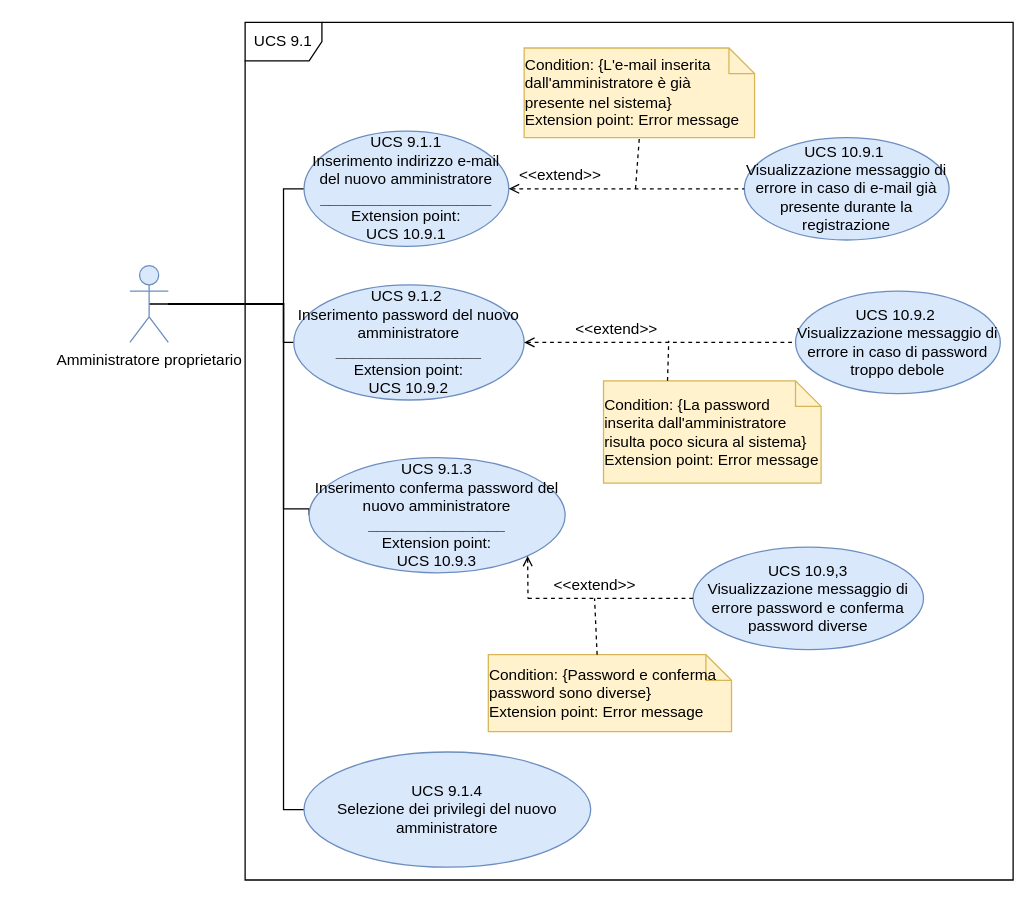
The draw.io diagram page "Page-2" (2 of 3) of DocumentazioneEsterna/AnalisiDeiRequisiti/Sezioni/UseCase/draw.io/UC SERVER/Panoramica UCS9.drawio in qb-team/Stalker-Documentazione, before the edit. Source tidied: cells renumbered, new cells numbered last; positions are measured from the earlier drawing's top-left corner, leaving out a move shared by most shapes. Both pictures are drawn from the tidied source at 128%, with x=0, y=0 at pixel (129, 22).
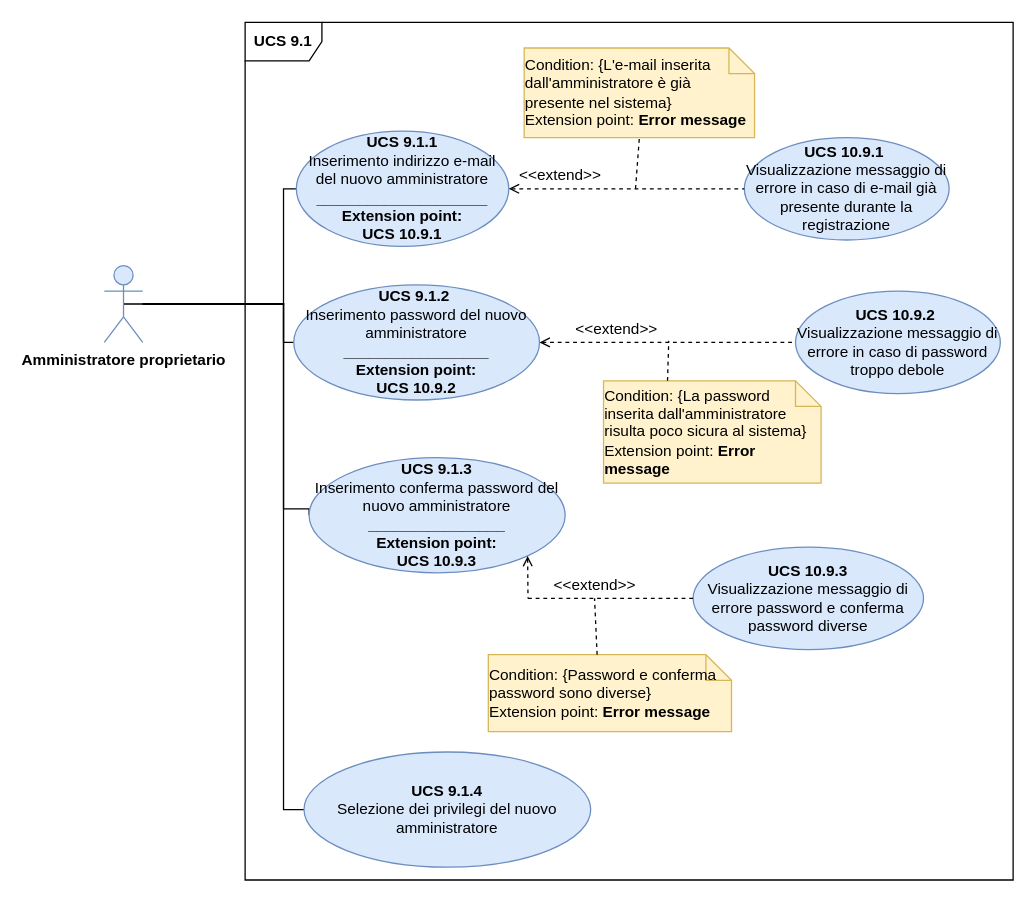
The same diagram, later.

What changed in the source:
```diff
@@
-    <mxCell id="6" value="&lt;font color=&quot;#000000&quot;&gt;Amministratore proprietario&lt;/font&gt;" style="shape=umlActor;verticalLabelPosition=bottom;labelBackgroundColor=#ffffff;verticalAlign=top;html=1;outlineConnect=0;fillColor=#dae8fc;strokeColor=#6c8ebf;" parent="1" vertex="1">
-      <mxGeometry y="190" width="30" height="60" as="geometry" />
+    <mxCell id="6" value="&lt;font color=&quot;#000000&quot;&gt;&lt;b&gt;Amministratore proprietario&lt;/b&gt;&lt;/font&gt;" style="shape=umlActor;verticalLabelPosition=bottom;labelBackgroundColor=#ffffff;verticalAlign=top;html=1;outlineConnect=0;fillColor=#dae8fc;strokeColor=#6c8ebf;" parent="1" vertex="1">
+      <mxGeometry x="-20" y="190" width="30" height="60" as="geometry" />
     </mxCell>
-    <mxCell id="7" style="endArrow=none;html=1;" parent="1" edge="1" target="6">
-      <mxGeometry relative="1" as="geometry">
-        <mxPoint x="30" y="250" as="sourcePoint" />
-      </mxGeometry>
-    </mxCell>
-    <mxCell id="8" value="UCS 9.1" style="shape=umlFrame;whiteSpace=wrap;html=1;" parent="1" vertex="1">
+    <mxCell id="8" value="&lt;b&gt;UCS 9.1&lt;/b&gt;" style="shape=umlFrame;whiteSpace=wrap;html=1;" parent="1" vertex="1">
       <mxGeometry x="90" width="600" height="670" as="geometry" />
     </mxCell>
-    <mxCell id="9" value="UCS 9.1.3&lt;br&gt;Inserimento conferma password del nuovo amministratore&lt;br&gt;&lt;b&gt;________________&lt;br&gt;&lt;/b&gt;Extension point:&lt;br&gt;UCS 10.9.3" style="ellipse;whiteSpace=wrap;html=1;fillColor=#dae8fc;strokeColor=#6c8ebf;" parent="1" vertex="1">
+    <mxCell id="9" value="&lt;b&gt;UCS 9.1.3&lt;/b&gt;&lt;br&gt;Inserimento conferma password del nuovo amministratore&lt;br&gt;&lt;b&gt;________________&lt;br&gt;Extension point:&lt;br&gt;UCS 10.9.3&lt;/b&gt;" style="ellipse;whiteSpace=wrap;html=1;fillColor=#dae8fc;strokeColor=#6c8ebf;" parent="1" vertex="1">
       <mxGeometry x="140" y="340" width="200" height="90" as="geometry" />
     </mxCell>
-    <mxCell id="10" value="UCS 9.1.2&amp;nbsp;&lt;br&gt;Inserimento password del nuovo amministratore&lt;br&gt;&lt;b&gt;_________________&lt;br&gt;&lt;/b&gt;Extension point:&lt;br&gt;UCS 10.9.2" style="ellipse;whiteSpace=wrap;html=1;fillColor=#dae8fc;strokeColor=#6c8ebf;" parent="1" vertex="1">
-      <mxGeometry x="128" y="205" width="180" height="90" as="geometry" />
+    <mxCell id="10" value="&lt;b&gt;UCS 9.1.2&lt;/b&gt;&amp;nbsp;&lt;br&gt;Inserimento password del nuovo amministratore&lt;br&gt;&lt;b&gt;_________________&lt;br&gt;Extension point:&lt;br&gt;UCS 10.9.2&lt;/b&gt;" style="ellipse;whiteSpace=wrap;html=1;fillColor=#dae8fc;strokeColor=#6c8ebf;" parent="1" vertex="1">
+      <mxGeometry x="128" y="205" width="192" height="90" as="geometry" />
     </mxCell>
-    <mxCell id="11" value="UCS 9.1.1&lt;br&gt;Inserimento indirizzo e-mail del nuovo amministratore&lt;br&gt;&lt;b&gt;____________________&lt;br&gt;&lt;/b&gt;Extension point:&lt;br&gt;UCS 10.9.1" style="ellipse;whiteSpace=wrap;html=1;fillColor=#dae8fc;strokeColor=#6c8ebf;" parent="1" vertex="1">
-      <mxGeometry x="136" y="85" width="160" height="90" as="geometry" />
+    <mxCell id="11" value="&lt;b&gt;UCS 9.1.1&lt;br&gt;&lt;/b&gt;Inserimento indirizzo e-mail del nuovo amministratore&lt;br&gt;&lt;b&gt;____________________&lt;br&gt;Extension point:&lt;br&gt;UCS 10.9.1&lt;/b&gt;" style="ellipse;whiteSpace=wrap;html=1;fillColor=#dae8fc;strokeColor=#6c8ebf;" parent="1" vertex="1">
+      <mxGeometry x="130" y="85" width="166" height="90" as="geometry" />
     </mxCell>
-    <mxCell id="12" value="UCS 10.9.1&amp;nbsp;&lt;br&gt;Visualizzazione messaggio di errore in caso di e-mail già presente durante la registrazione" style="ellipse;whiteSpace=wrap;html=1;fillColor=#dae8fc;strokeColor=#6c8ebf;" parent="1" vertex="1">
+    <mxCell id="12" value="&lt;b&gt;UCS 10.9.1&lt;/b&gt;&amp;nbsp;&lt;br&gt;Visualizzazione messaggio di errore in caso di e-mail già presente durante la registrazione" style="ellipse;whiteSpace=wrap;html=1;fillColor=#dae8fc;strokeColor=#6c8ebf;" parent="1" vertex="1">
       <mxGeometry x="480" y="90" width="160" height="80" as="geometry" />
     </mxCell>
-    <mxCell id="13" value="UCS 10.9,3&lt;br&gt;Visualizzazione messaggio di errore password e conferma password diverse" style="ellipse;whiteSpace=wrap;html=1;fillColor=#dae8fc;strokeColor=#6c8ebf;" parent="1" vertex="1">
+    <mxCell id="13" value="&lt;b&gt;UCS 10.9.3&lt;br&gt;&lt;/b&gt;Visualizzazione messaggio di errore password e conferma password diverse" style="ellipse;whiteSpace=wrap;html=1;fillColor=#dae8fc;strokeColor=#6c8ebf;" parent="1" vertex="1">
       <mxGeometry x="440" y="410" width="180" height="80" as="geometry" />
     </mxCell>
@@
-    <mxCell id="15" value="UCS 10.9.2&amp;nbsp;&lt;br&gt;Visualizzazione messaggio di errore in caso di password troppo debole" style="ellipse;whiteSpace=wrap;html=1;fillColor=#dae8fc;strokeColor=#6c8ebf;" parent="1" vertex="1">
+    <mxCell id="15" value="&lt;b&gt;UCS 10.9.2&amp;nbsp;&lt;br&gt;&lt;/b&gt;Visualizzazione messaggio di errore in caso di password troppo debole" style="ellipse;whiteSpace=wrap;html=1;fillColor=#dae8fc;strokeColor=#6c8ebf;" parent="1" vertex="1">
       <mxGeometry x="520" y="210" width="160" height="80" as="geometry" />
     </mxCell>
@@
-    <mxCell id="20" value="&lt;div style=&quot;text-align: left&quot;&gt;&lt;span&gt;Condition: {L'e-mail inserita dall'amministratore è già presente nel sistema}&lt;/span&gt;&lt;/div&gt;&lt;div style=&quot;text-align: left&quot;&gt;&lt;span&gt;Extension point: Error message&lt;/span&gt;&lt;/div&gt;" style="shape=note;size=20;whiteSpace=wrap;html=1;fillColor=#fff2cc;strokeColor=#d6b656;" parent="1" vertex="1">
+    <mxCell id="20" value="&lt;div style=&quot;text-align: left&quot;&gt;&lt;span&gt;Condition: {L'e-mail inserita dall'amministratore è già presente nel sistema}&lt;/span&gt;&lt;/div&gt;&lt;div style=&quot;text-align: left&quot;&gt;Extension point: &lt;b&gt;Error message&lt;/b&gt;&lt;/div&gt;" style="shape=note;size=20;whiteSpace=wrap;html=1;fillColor=#fff2cc;strokeColor=#d6b656;" parent="1" vertex="1">
       <mxGeometry x="308" y="20" width="180" height="70" as="geometry" />
     </mxCell>
-    <mxCell id="21" value="&lt;div style=&quot;text-align: left&quot;&gt;&lt;span&gt;Condition: {&lt;/span&gt;&lt;span&gt;Password e conferma password sono diverse}&lt;/span&gt;&lt;/div&gt;&lt;div style=&quot;text-align: left&quot;&gt;&lt;span&gt;Extension point: Error message&lt;/span&gt;&lt;/div&gt;" style="shape=note;size=20;whiteSpace=wrap;html=1;fillColor=#fff2cc;strokeColor=#d6b656;" parent="1" vertex="1">
+    <mxCell id="21" value="&lt;div style=&quot;text-align: left&quot;&gt;&lt;span&gt;Condition: {&lt;/span&gt;&lt;span&gt;Password e conferma password sono diverse}&lt;/span&gt;&lt;/div&gt;&lt;div style=&quot;text-align: left&quot;&gt;Extension point: &lt;b&gt;Error message&lt;/b&gt;&lt;/div&gt;" style="shape=note;size=20;whiteSpace=wrap;html=1;fillColor=#fff2cc;strokeColor=#d6b656;" parent="1" vertex="1">
       <mxGeometry x="280" y="494" width="190" height="60" as="geometry" />
     </mxCell>
@@
-    <mxCell id="23" value="&lt;div style=&quot;text-align: left&quot;&gt;&lt;span&gt;Condition: {&lt;/span&gt;&lt;span&gt;La password inserita dall'amministratore risulta poco sicura al sistema}&lt;/span&gt;&lt;/div&gt;&lt;div style=&quot;text-align: left&quot;&gt;&lt;span&gt;Extension point: Error message&lt;/span&gt;&lt;/div&gt;" style="shape=note;size=20;whiteSpace=wrap;html=1;fillColor=#fff2cc;strokeColor=#d6b656;" parent="1" vertex="1">
+    <mxCell id="23" value="&lt;div style=&quot;text-align: left&quot;&gt;&lt;span&gt;Condition: {&lt;/span&gt;&lt;span&gt;La password inserita dall'amministratore risulta poco sicura al sistema}&lt;/span&gt;&lt;/div&gt;&lt;div style=&quot;text-align: left&quot;&gt;Extension point: &lt;b&gt;Error message&lt;/b&gt;&lt;/div&gt;" style="shape=note;size=20;whiteSpace=wrap;html=1;fillColor=#fff2cc;strokeColor=#d6b656;" parent="1" vertex="1">
       <mxGeometry x="370" y="280" width="170" height="80" as="geometry" />
     </mxCell>
@@
-    <mxCell id="29" value="UCS 9.1.4&lt;br&gt;Selezione dei privilegi del nuovo amministratore" style="ellipse;whiteSpace=wrap;html=1;fillColor=#dae8fc;strokeColor=#6c8ebf;" parent="1" vertex="1">
+    <mxCell id="29" value="&lt;b&gt;UCS 9.1.4&lt;br&gt;&lt;/b&gt;Selezione dei privilegi del nuovo amministratore" style="ellipse;whiteSpace=wrap;html=1;fillColor=#dae8fc;strokeColor=#6c8ebf;" parent="1" vertex="1">
       <mxGeometry x="136" y="570" width="224" height="90" as="geometry" />
     </mxCell>
```
